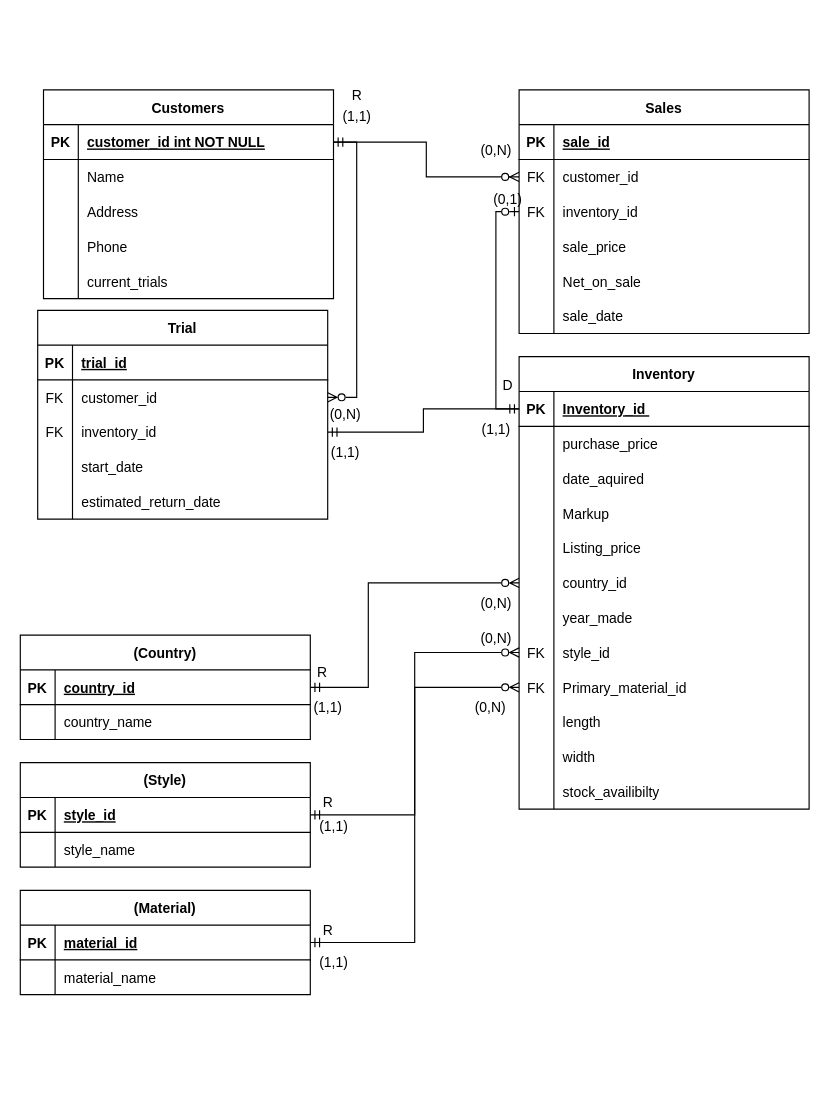
This is lab4/ER_daigram.drawio from ozarikar/csc362_f24_zarikar, a draw.io file, before an edit. Source tidied: cells renumbered, new cells numbered last; positions are measured from the earlier drawing's top-left corner, leaving out a move shared by most shapes. Both pictures are drawn from the tidied source at 116%, with x=0, y=0 at pixel (20, 78).
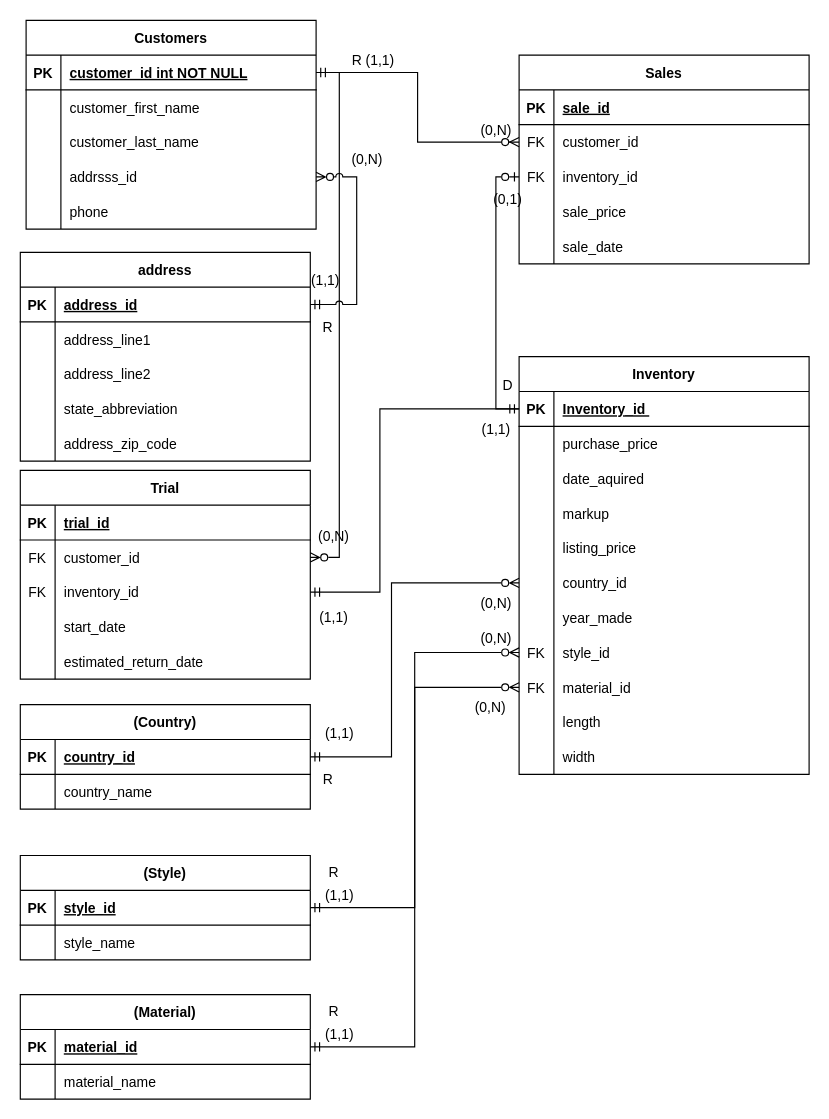
The same page after the edit.

The change refers to these unchanged cells:
```xml
<mxCell id="23" style="shape=partialRectangle;fillColor=none;points=[[0,0.5],[1,0.5]];portConstraint=eastwest;top=0;left=0;right=0;bottom=1;" parent="22" vertex="1">
  <mxGeometry y="30" width="250" height="30" as="geometry" />
</mxCell>
<mxCell id="32" style="shape=partialRectangle;fillColor=none;top=0;left=0;right=0;bottom=0;" parent="22" vertex="1">
  <mxGeometry y="120" width="250" height="30" as="geometry" />
</mxCell>
<mxCell id="35" style="shape=partialRectangle;fillColor=none;top=0;left=0;right=0;bottom=0;" parent="22" vertex="1">
  <mxGeometry y="150" width="250" height="30" as="geometry" />
</mxCell>
<mxCell id="38" style="shape=partialRectangle;fillColor=none;points=[[0,0.5],[1,0.5]];portConstraint=eastwest;top=0;left=0;right=0;bottom=0;" parent="22" vertex="1">
  <mxGeometry y="180" width="250" height="30" as="geometry" />
</mxCell>
<mxCell id="47" style="shape=partialRectangle;fillColor=none;points=[[0,0.5],[1,0.5]];portConstraint=eastwest;top=0;left=0;right=0;bottom=0;" parent="22" vertex="1">
  <mxGeometry y="270" width="250" height="30" as="geometry" />
</mxCell>
<mxCell id="63" style="shape=partialRectangle;fillColor=none;top=0;left=0;right=0;bottom=0;" parent="59" vertex="1">
  <mxGeometry y="60" width="250" height="30" as="geometry" />
</mxCell>
<mxCell id="66" style="shape=partialRectangle;fillColor=none;top=0;left=0;right=0;bottom=0;" parent="59" vertex="1">
  <mxGeometry y="90" width="250" height="30" as="geometry" />
</mxCell>
<mxCell id="69" style="shape=partialRectangle;fillColor=none;points=[[0,0.5],[1,0.5]];portConstraint=eastwest;top=0;left=0;right=0;bottom=0;" parent="59" vertex="1">
  <mxGeometry y="120" width="250" height="30" as="geometry" />
</mxCell>
<mxCell id="83" style="shape=partialRectangle;fillColor=none;points=[[0,0.5],[1,0.5]];portConstraint=eastwest;top=0;left=0;right=0;bottom=1;" parent="82" vertex="1">
  <mxGeometry y="30" width="250" height="30" as="geometry" />
</mxCell>
<mxCell id="103" style="shape=partialRectangle;fillColor=none;points=[[0,0.5],[1,0.5]];portConstraint=eastwest;top=0;left=0;right=0;bottom=0;" parent="96" vertex="1">
  <mxGeometry y="90" width="250" height="30" as="geometry" />
</mxCell>
<mxCell id="115" style="shape=partialRectangle;fillColor=none;points=[[0,0.5],[1,0.5]];portConstraint=eastwest;top=0;left=0;right=0;bottom=1;" parent="114" vertex="1">
  <mxGeometry y="30" width="250" height="30" as="geometry" />
</mxCell>
```

Change to the diagram source:
```diff
@@
     <mxCell id="3" value="Sales" style="shape=table;startSize=30;childLayout=tableLayout;rowLines=0;fontStyle=1;align=center;" parent="1" vertex="1">
-      <mxGeometry x="430" y="10" width="250" height="210" as="geometry" />
+      <mxGeometry x="430" y="-20" width="250" height="180" as="geometry" />
     </mxCell>
@@
-    <mxCell id="16" style="shape=partialRectangle;fillColor=none;top=0;left=0;right=0;bottom=0;" parent="3" vertex="1">
-      <mxGeometry y="150" width="250" height="30" as="geometry" />
-    </mxCell>
-    <mxCell id="17" style="shape=partialRectangle;overflow=hidden;fillColor=none;top=0;left=0;bottom=0;right=0;" parent="16" vertex="1">
-      <mxGeometry width="30" height="30" as="geometry" />
-    </mxCell>
-    <mxCell id="18" value="Net_on_sale" style="shape=partialRectangle;overflow=hidden;fillColor=none;top=0;left=0;bottom=0;right=0;align=left;spacingLeft=6;" parent="16" vertex="1">
-      <mxGeometry x="30" width="220" height="30" as="geometry" />
-    </mxCell>
     <mxCell id="19" style="shape=partialRectangle;fillColor=none;top=0;left=0;right=0;bottom=0;" parent="3" vertex="1">
-      <mxGeometry y="180" width="250" height="30" as="geometry" />
+      <mxGeometry y="150" width="250" height="30" as="geometry" />
     </mxCell>
@@
     <mxCell id="22" value="Inventory" style="shape=table;startSize=30;childLayout=tableLayout;rowLines=0;fontStyle=1;align=center;" parent="1" vertex="1">
-      <mxGeometry x="430" y="240" width="250" height="390" as="geometry" />
+      <mxGeometry x="430" y="240" width="250" height="360" as="geometry" />
     </mxCell>
@@
-    <mxCell id="34" value="Markup" style="shape=partialRectangle;overflow=hidden;fillColor=none;top=0;left=0;bottom=0;right=0;align=left;spacingLeft=6;" parent="32" vertex="1">
+    <mxCell id="34" value="markup" style="shape=partialRectangle;overflow=hidden;fillColor=none;top=0;left=0;bottom=0;right=0;align=left;spacingLeft=6;" parent="32" vertex="1">
       <mxGeometry x="30" width="220" height="30" as="geometry" />
     </mxCell>
@@
-    <mxCell id="37" value="Listing_price" style="shape=partialRectangle;overflow=hidden;fillColor=none;top=0;left=0;bottom=0;right=0;align=left;spacingLeft=6;" parent="35" vertex="1">
+    <mxCell id="37" value="listing_price" style="shape=partialRectangle;overflow=hidden;fillColor=none;top=0;left=0;bottom=0;right=0;align=left;spacingLeft=6;" parent="35" vertex="1">
       <mxGeometry x="30" width="220" height="30" as="geometry" />
     </mxCell>
@@
-    <mxCell id="49" value="Primary_material_id" style="shape=partialRectangle;overflow=hidden;fillColor=none;top=0;left=0;bottom=0;right=0;align=left;spacingLeft=6;" parent="47" vertex="1">
+    <mxCell id="49" value="material_id" style="shape=partialRectangle;overflow=hidden;fillColor=none;top=0;left=0;bottom=0;right=0;align=left;spacingLeft=6;" parent="47" vertex="1">
       <mxGeometry x="30" width="220" height="30" as="geometry" />
     </mxCell>
@@
-    <mxCell id="56" style="shape=partialRectangle;fillColor=none;top=0;left=0;right=0;bottom=0;" parent="22" vertex="1">
-      <mxGeometry y="360" width="250" height="30" as="geometry" />
-    </mxCell>
-    <mxCell id="57" style="shape=partialRectangle;overflow=hidden;fillColor=none;top=0;left=0;bottom=0;right=0;" parent="56" vertex="1">
-      <mxGeometry width="30" height="30" as="geometry" />
-    </mxCell>
-    <mxCell id="58" value="stock_availibilty" style="shape=partialRectangle;overflow=hidden;fillColor=none;top=0;left=0;bottom=0;right=0;align=left;spacingLeft=6;" parent="56" vertex="1">
-      <mxGeometry x="30" width="220" height="30" as="geometry" />
-    </mxCell>
     <mxCell id="59" value="Customers" style="shape=table;startSize=30;childLayout=tableLayout;rowLines=0;fontStyle=1;align=center;" parent="1" vertex="1">
-      <mxGeometry x="20" y="10" width="250" height="180" as="geometry" />
+      <mxGeometry x="5" y="-50" width="250" height="180" as="geometry" />
     </mxCell>
@@
-    <mxCell id="65" value="Name" style="shape=partialRectangle;overflow=hidden;fillColor=none;top=0;left=0;bottom=0;right=0;align=left;spacingLeft=6;" parent="63" vertex="1">
+    <mxCell id="65" value="customer_first_name" style="shape=partialRectangle;overflow=hidden;fillColor=none;top=0;left=0;bottom=0;right=0;align=left;spacingLeft=6;" parent="63" vertex="1">
       <mxGeometry x="30" width="220" height="30" as="geometry" />
     </mxCell>
@@
-    <mxCell id="68" value="Address" style="shape=partialRectangle;overflow=hidden;fillColor=none;top=0;left=0;bottom=0;right=0;align=left;spacingLeft=6;" parent="66" vertex="1">
+    <mxCell id="68" value="customer_last_name" style="shape=partialRectangle;overflow=hidden;fillColor=none;top=0;left=0;bottom=0;right=0;align=left;spacingLeft=6;" parent="66" vertex="1">
       <mxGeometry x="30" width="220" height="30" as="geometry" />
     </mxCell>
@@
-    <mxCell id="71" value="Phone" style="shape=partialRectangle;overflow=hidden;fillColor=none;top=0;left=0;bottom=0;right=0;align=left;spacingLeft=6;" parent="69" vertex="1">
+    <mxCell id="71" value="addrsss_id" style="shape=partialRectangle;overflow=hidden;fillColor=none;top=0;left=0;bottom=0;right=0;align=left;spacingLeft=6;" parent="69" vertex="1">
       <mxGeometry x="30" width="220" height="30" as="geometry" />
     </mxCell>
-    <mxCell id="72" style="shape=partialRectangle;fillColor=none;top=0;left=0;right=0;bottom=0;" parent="59" vertex="1">
-      <mxGeometry y="150" width="250" height="30" as="geometry" />
-    </mxCell>
-    <mxCell id="73" style="shape=partialRectangle;overflow=hidden;fillColor=none;top=0;left=0;bottom=0;right=0;" parent="72" vertex="1">
-      <mxGeometry width="30" height="30" as="geometry" />
-    </mxCell>
-    <mxCell id="74" value="current_trials" style="shape=partialRectangle;overflow=hidden;fillColor=none;top=0;left=0;bottom=0;right=0;align=left;spacingLeft=6;" parent="72" vertex="1">
-      <mxGeometry x="30" width="220" height="30" as="geometry" />
-    </mxCell>
+    <mxCell id="135" style="shape=partialRectangle;fillColor=none;top=0;left=0;right=0;bottom=0;" parent="59" vertex="1">
+      <mxGeometry y="150" width="250" height="30" as="geometry" />
+    </mxCell>
+    <mxCell id="136" style="shape=partialRectangle;overflow=hidden;fillColor=none;top=0;left=0;bottom=0;right=0;" parent="135" vertex="1">
+      <mxGeometry width="30" height="30" as="geometry" />
+    </mxCell>
+    <mxCell id="137" value="phone" style="shape=partialRectangle;overflow=hidden;fillColor=none;top=0;left=0;bottom=0;right=0;align=left;spacingLeft=6;" parent="135" vertex="1">
+      <mxGeometry x="30" width="220" height="30" as="geometry" />
+    </mxCell>
     <mxCell id="75" value="(Style)" style="shape=table;startSize=30;childLayout=tableLayout;rowLines=0;fontStyle=1;align=center;" parent="1" vertex="1">
-      <mxGeometry y="590" width="250" height="90" as="geometry" />
+      <mxGeometry y="670" width="250" height="90" as="geometry" />
     </mxCell>
@@
     <mxCell id="82" value="(Material)" style="shape=table;startSize=30;childLayout=tableLayout;rowLines=0;fontStyle=1;align=center;" parent="1" vertex="1">
-      <mxGeometry y="700" width="250" height="90" as="geometry" />
+      <mxGeometry y="790" width="250" height="90" as="geometry" />
     </mxCell>
@@
-    <mxCell id="90" style="edgeStyle=orthogonalEdgeStyle;rounded=0;jettySize=auto;html=1;exitX=0;exitY=0.5;exitDx=0;exitDy=0;entryX=1;entryY=0.5;entryDx=0;entryDy=0;startArrow=ERzeroToMany;startFill=0;endArrow=ERmandOne;endFill=0;" parent="1" edge="1" source="47" target="83">
+    <mxCell id="90" style="edgeStyle=orthogonalEdgeStyle;rounded=0;jettySize=auto;html=1;exitX=0;exitY=0.5;exitDx=0;exitDy=0;entryX=1;entryY=0.5;entryDx=0;entryDy=0;startArrow=ERzeroToMany;startFill=0;endArrow=ERmandOne;endFill=0;jumpStyle=none;" parent="1" edge="1" source="47" target="83">
       <mxGeometry relative="1" as="geometry" />
     </mxCell>
@@
     <mxCell id="92" value="(1,1)" style="text;html=1;align=center;verticalAlign=middle;strokeColor=none;fillColor=none;" parent="1" vertex="1">
-      <mxGeometry x="265" y="18" width="50" height="30" as="geometry" />
+      <mxGeometry x="285" y="-30" width="50" height="30" as="geometry" />
     </mxCell>
     <mxCell id="93" value="(0,N)" style="text;html=1;align=center;verticalAlign=middle;strokeColor=none;fillColor=none;" parent="1" vertex="1">
-      <mxGeometry x="385" y="48" width="50" height="30" as="geometry" />
+      <mxGeometry x="385" y="30" width="50" height="30" as="geometry" />
     </mxCell>
     <mxCell id="94" value="R" style="text;html=1;align=center;verticalAlign=middle;strokeColor=none;fillColor=none;" parent="1" vertex="1">
-      <mxGeometry x="275" width="30" height="30" as="geometry" />
+      <mxGeometry x="275" y="-30" width="30" height="30" as="geometry" />
     </mxCell>
@@
     <mxCell id="96" value="Trial" style="shape=table;startSize=30;childLayout=tableLayout;rowLines=0;fontStyle=1;align=center;" parent="1" vertex="1">
-      <mxGeometry x="15" y="200" width="250" height="180" as="geometry" />
+      <mxGeometry y="338" width="250" height="180" as="geometry" />
     </mxCell>
@@
     <mxCell id="113" style="edgeStyle=orthogonalEdgeStyle;rounded=0;jettySize=auto;html=1;exitX=0;exitY=0.5;exitDx=0;exitDy=0;entryX=1;entryY=0.5;entryDx=0;entryDy=0;endArrow=ERmandOne;endFill=0;" parent="1" edge="1" source="23" target="103">
-      <mxGeometry relative="1" as="geometry" />
+      <mxGeometry relative="1" as="geometry">
+        <Array as="points">
+          <mxPoint x="310" y="285" />
+          <mxPoint x="310" y="443" />
+        </Array>
+      </mxGeometry>
     </mxCell>
     <mxCell id="114" value="(Country)" style="shape=table;startSize=30;childLayout=tableLayout;rowLines=0;fontStyle=1;align=center;" parent="1" vertex="1">
-      <mxGeometry y="480" width="250" height="90" as="geometry" />
+      <mxGeometry y="540" width="250" height="90" as="geometry" />
     </mxCell>
@@
-    <mxCell id="121" style="edgeStyle=orthogonalEdgeStyle;rounded=0;jettySize=auto;html=1;exitX=0;exitY=0.5;exitDx=0;exitDy=0;entryX=1;entryY=0.5;entryDx=0;entryDy=0;endArrow=ERmandOne;endFill=0;startArrow=ERzeroToMany;startFill=0;" parent="1" edge="1" source="38" target="115">
-      <mxGeometry relative="1" as="geometry">
-        <Array as="points">
-          <mxPoint x="300" y="435" />
-          <mxPoint x="300" y="525" />
-        </Array>
-      </mxGeometry>
-    </mxCell>
@@
     <mxCell id="123" value="R" style="text;html=1;align=center;verticalAlign=middle;strokeColor=none;fillColor=none;" parent="1" vertex="1">
-      <mxGeometry x="245" y="498" width="30" height="30" as="geometry" />
+      <mxGeometry x="250" y="590" width="30" height="30" as="geometry" />
     </mxCell>
     <mxCell id="124" value="R" style="text;html=1;align=center;verticalAlign=middle;strokeColor=none;fillColor=none;" parent="1" vertex="1">
-      <mxGeometry x="250" y="610" width="30" height="30" as="geometry" />
+      <mxGeometry x="255" y="670" width="30" height="30" as="geometry" />
     </mxCell>
     <mxCell id="125" value="R" style="text;html=1;align=center;verticalAlign=middle;strokeColor=none;fillColor=none;" parent="1" vertex="1">
-      <mxGeometry x="250" y="720" width="30" height="30" as="geometry" />
+      <mxGeometry x="255" y="790" width="30" height="30" as="geometry" />
     </mxCell>
     <mxCell id="126" value="(0,N)" style="text;html=1;align=center;verticalAlign=middle;strokeColor=none;fillColor=none;" parent="1" vertex="1">
-      <mxGeometry x="255" y="275" width="50" height="30" as="geometry" />
+      <mxGeometry x="245" y="380" width="50" height="30" as="geometry" />
     </mxCell>
     <mxCell id="127" value="(1,1)" style="text;html=1;align=center;verticalAlign=middle;strokeColor=none;fillColor=none;" parent="1" vertex="1">
-      <mxGeometry x="255" y="308" width="50" height="30" as="geometry" />
+      <mxGeometry x="245" y="450" width="50" height="30" as="geometry" />
     </mxCell>
@@
     <mxCell id="130" value="(1,1)" style="text;html=1;align=center;verticalAlign=middle;strokeColor=none;fillColor=none;" parent="1" vertex="1">
-      <mxGeometry x="240" y="528" width="50" height="30" as="geometry" />
+      <mxGeometry x="250" y="550" width="50" height="30" as="geometry" />
     </mxCell>
@@
     <mxCell id="133" value="(1,1)" style="text;html=1;align=center;verticalAlign=middle;strokeColor=none;fillColor=none;" parent="1" vertex="1">
-      <mxGeometry x="245" y="630" width="50" height="30" as="geometry" />
+      <mxGeometry x="250" y="690" width="50" height="30" as="geometry" />
     </mxCell>
     <mxCell id="134" value="(1,1)" style="text;html=1;align=center;verticalAlign=middle;strokeColor=none;fillColor=none;" parent="1" vertex="1">
-      <mxGeometry x="245" y="748" width="50" height="30" as="geometry" />
+      <mxGeometry x="250" y="810" width="50" height="30" as="geometry" />
     </mxCell>
+    <mxCell id="121" style="edgeStyle=orthogonalEdgeStyle;rounded=0;jettySize=auto;html=1;entryX=1;entryY=0.5;entryDx=0;entryDy=0;startArrow=ERzeroToMany;startFill=0;endArrow=ERmandOne;endFill=0;" parent="1" edge="1" source="38" target="115">
+      <mxGeometry relative="1" as="geometry">
+        <Array as="points">
+          <mxPoint x="320" y="435" />
+          <mxPoint x="320" y="585" />
+        </Array>
+      </mxGeometry>
+    </mxCell>
+    <mxCell id="138" value="address" style="shape=table;startSize=30;childLayout=tableLayout;rowLines=0;fontStyle=1;align=center;" parent="1" vertex="1">
+      <mxGeometry y="150" width="250" height="180" as="geometry" />
+    </mxCell>
+    <mxCell id="139" style="shape=partialRectangle;fillColor=none;points=[[0,0.5],[1,0.5]];portConstraint=eastwest;top=0;left=0;right=0;bottom=1;" parent="138" vertex="1">
+      <mxGeometry y="30" width="250" height="30" as="geometry" />
+    </mxCell>
+    <mxCell id="140" value="PK" style="shape=partialRectangle;overflow=hidden;fillColor=none;top=0;left=0;bottom=0;right=0;fontStyle=1;" parent="139" vertex="1">
+      <mxGeometry width="30" height="30" as="geometry" />
+    </mxCell>
+    <mxCell id="141" value="address_id" style="shape=partialRectangle;overflow=hidden;fillColor=none;top=0;left=0;bottom=0;right=0;align=left;spacingLeft=6;fontStyle=5;" parent="139" vertex="1">
+      <mxGeometry x="30" width="220" height="30" as="geometry" />
+    </mxCell>
+    <mxCell id="142" style="shape=partialRectangle;fillColor=none;top=0;left=0;right=0;bottom=0;" parent="138" vertex="1">
+      <mxGeometry y="60" width="250" height="30" as="geometry" />
+    </mxCell>
+    <mxCell id="143" style="shape=partialRectangle;overflow=hidden;fillColor=none;top=0;left=0;bottom=0;right=0;" parent="142" vertex="1">
+      <mxGeometry width="30" height="30" as="geometry" />
+    </mxCell>
+    <mxCell id="144" value="address_line1" style="shape=partialRectangle;overflow=hidden;fillColor=none;top=0;left=0;bottom=0;right=0;align=left;spacingLeft=6;" parent="142" vertex="1">
+      <mxGeometry x="30" width="220" height="30" as="geometry" />
+    </mxCell>
+    <mxCell id="145" style="shape=partialRectangle;fillColor=none;top=0;left=0;right=0;bottom=0;" parent="138" vertex="1">
+      <mxGeometry y="90" width="250" height="30" as="geometry" />
+    </mxCell>
+    <mxCell id="146" style="shape=partialRectangle;overflow=hidden;fillColor=none;top=0;left=0;bottom=0;right=0;" parent="145" vertex="1">
+      <mxGeometry width="30" height="30" as="geometry" />
+    </mxCell>
+    <mxCell id="147" value="address_line2" style="shape=partialRectangle;overflow=hidden;fillColor=none;top=0;left=0;bottom=0;right=0;align=left;spacingLeft=6;" parent="145" vertex="1">
+      <mxGeometry x="30" width="220" height="30" as="geometry" />
+    </mxCell>
+    <mxCell id="148" style="shape=partialRectangle;fillColor=none;top=0;left=0;right=0;bottom=0;" parent="138" vertex="1">
+      <mxGeometry y="120" width="250" height="30" as="geometry" />
+    </mxCell>
+    <mxCell id="149" style="shape=partialRectangle;overflow=hidden;fillColor=none;top=0;left=0;bottom=0;right=0;" parent="148" vertex="1">
+      <mxGeometry width="30" height="30" as="geometry" />
+    </mxCell>
+    <mxCell id="150" value="state_abbreviation" style="shape=partialRectangle;overflow=hidden;fillColor=none;top=0;left=0;bottom=0;right=0;align=left;spacingLeft=6;" parent="148" vertex="1">
+      <mxGeometry x="30" width="220" height="30" as="geometry" />
+    </mxCell>
+    <mxCell id="151" style="shape=partialRectangle;fillColor=none;top=0;left=0;right=0;bottom=0;" parent="138" vertex="1">
+      <mxGeometry y="150" width="250" height="30" as="geometry" />
+    </mxCell>
+    <mxCell id="152" style="shape=partialRectangle;overflow=hidden;fillColor=none;top=0;left=0;bottom=0;right=0;" parent="151" vertex="1">
+      <mxGeometry width="30" height="30" as="geometry" />
+    </mxCell>
+    <mxCell id="153" value="address_zip_code" style="shape=partialRectangle;overflow=hidden;fillColor=none;top=0;left=0;bottom=0;right=0;align=left;spacingLeft=6;" parent="151" vertex="1">
+      <mxGeometry x="30" width="220" height="30" as="geometry" />
+    </mxCell>
+    <mxCell id="154" style="edgeStyle=orthogonalEdgeStyle;rounded=0;jettySize=auto;html=1;exitX=1;exitY=0.5;exitDx=0;exitDy=0;entryX=1;entryY=0.5;entryDx=0;entryDy=0;jumpStyle=arc;startArrow=ERmandOne;startFill=0;endArrow=ERzeroToMany;endFill=0;" parent="1" edge="1" source="139" target="69">
+      <mxGeometry relative="1" as="geometry">
+        <Array as="points">
+          <mxPoint x="290" y="195" />
+          <mxPoint x="290" y="85" />
+        </Array>
+      </mxGeometry>
+    </mxCell>
+    <mxCell id="155" value="(1,1)" style="text;strokeColor=none;fillColor=none;align=left;verticalAlign=middle;spacingLeft=4;spacingRight=4;overflow=hidden;whiteSpace=wrap;html=1;" parent="1" vertex="1">
+      <mxGeometry x="245" y="160" width="45" height="30" as="geometry" />
+    </mxCell>
+    <mxCell id="156" value="(0,N)" style="text;strokeColor=none;fillColor=none;align=left;verticalAlign=middle;spacingLeft=4;spacingRight=4;overflow=hidden;whiteSpace=wrap;html=1;" parent="1" vertex="1">
+      <mxGeometry x="280" y="55" width="40" height="30" as="geometry" />
+    </mxCell>
+    <mxCell id="157" value="R" style="text;strokeColor=none;fillColor=none;align=left;verticalAlign=middle;spacingLeft=4;spacingRight=4;overflow=hidden;whiteSpace=wrap;html=1;" parent="1" vertex="1">
+      <mxGeometry x="255" y="200" width="80" height="30" as="geometry" />
+    </mxCell>
```
